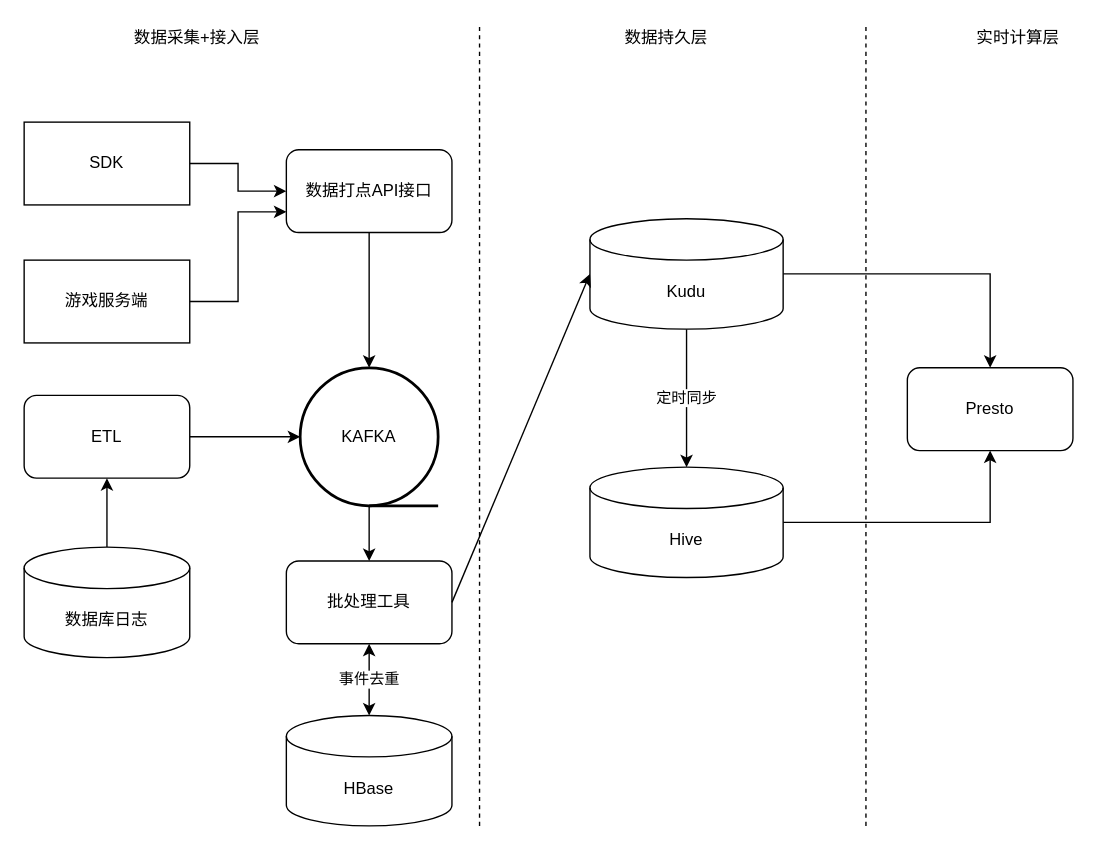
carlglf/r2docs keeps this draw.io diagram as 行为分析架构图.drawio. Above is the earlier version. Source tidied: cells renumbered, new cells numbered last; positions are measured from the earlier drawing's top-left corner, leaving out a move shared by most shapes. Both pictures are drawn from the tidied source at 138%, with x=0, y=0 at pixel (23, 23).
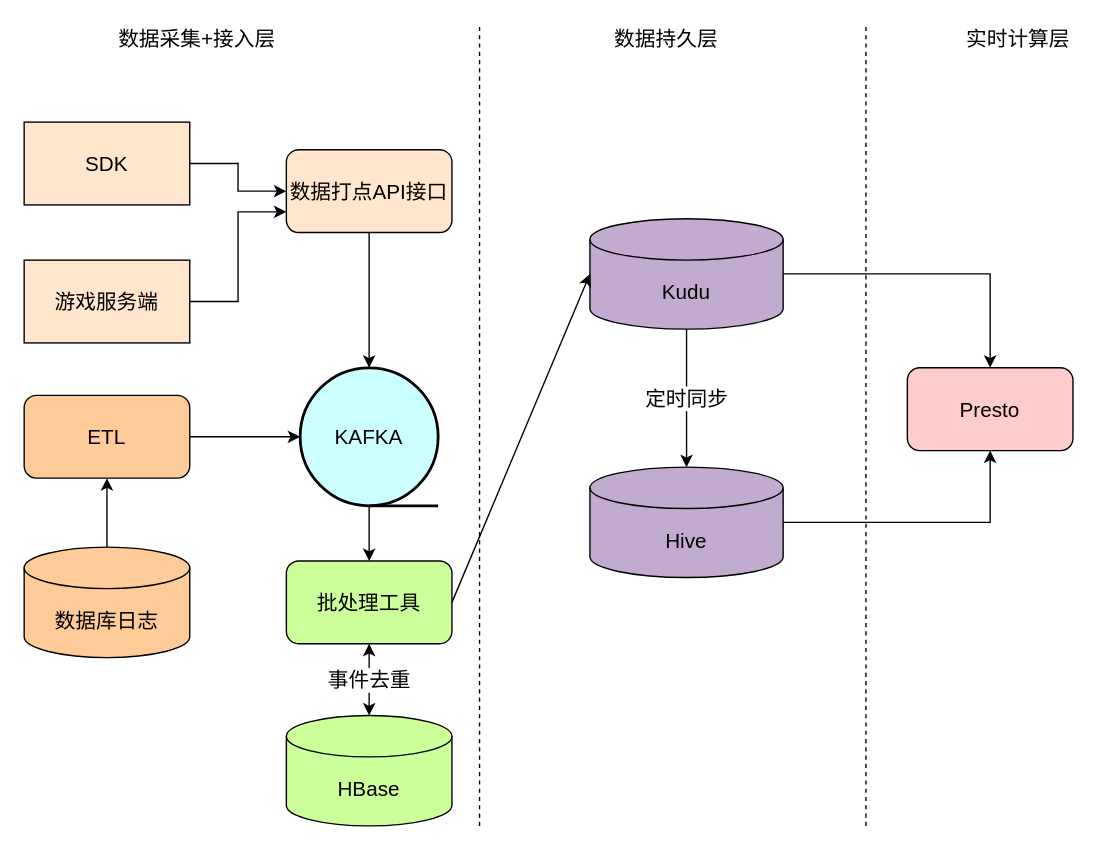
The same diagram, later.

Commit message (it also covers changes not shown here):
Update 行为分析架构图.drawio

Change to the diagram source:
```diff
@@
-    <mxCell id="2" style="edgeStyle=orthogonalEdgeStyle;rounded=0;jettySize=auto;html=1;entryX=0.5;entryY=0;entryDx=0;entryDy=0;entryPerimeter=0;" parent="1" edge="1" source="3" target="14">
+    <mxCell id="2" style="edgeStyle=orthogonalEdgeStyle;rounded=0;jettySize=auto;html=1;entryX=0.5;entryY=0;entryDx=0;entryDy=0;entryPerimeter=0;fontSize=15;" parent="1" edge="1" source="3" target="14">
       <mxGeometry relative="1" as="geometry" />
     </mxCell>
-    <mxCell id="3" value="数据打点API接口" style="rounded=1;whiteSpace=wrap;html=1;" parent="1" vertex="1">
+    <mxCell id="3" value="数据打点API接口" style="rounded=1;whiteSpace=wrap;html=1;fillColor=#FFE6CC;fontSize=15;" parent="1" vertex="1">
       <mxGeometry x="190" y="91" width="120" height="60" as="geometry" />
     </mxCell>
-    <mxCell id="4" style="endArrow=none;dashed=1;html=1;" parent="1" edge="1">
+    <mxCell id="4" style="endArrow=none;dashed=1;html=1;fontSize=15;" parent="1" edge="1">
       <mxGeometry relative="1" as="geometry">
         <mxPoint x="330" y="581" as="sourcePoint" />
         <mxPoint x="330" y="1" as="targetPoint" />
       </mxGeometry>
     </mxCell>
-    <mxCell id="5" value="数据采集+接入层" style="text;html=1;align=center;verticalAlign=middle;strokeColor=none;" parent="1" vertex="1">
-      <mxGeometry x="70" width="110" height="20" as="geometry" />
+    <mxCell id="5" value="数据采集+接入层" style="text;html=1;align=center;verticalAlign=middle;strokeColor=none;fontSize=15;" parent="1" vertex="1">
+      <mxGeometry x="60" width="130" height="20" as="geometry" />
     </mxCell>
-    <mxCell id="6" value="数据持久层" style="text;html=1;align=center;verticalAlign=middle;strokeColor=none;" parent="1" vertex="1">
-      <mxGeometry x="425" width="80" height="20" as="geometry" />
+    <mxCell id="6" value="数据持久层" style="text;html=1;align=center;verticalAlign=middle;strokeColor=none;fontSize=15;" parent="1" vertex="1">
+      <mxGeometry x="420" width="90" height="20" as="geometry" />
     </mxCell>
-    <mxCell id="7" style="endArrow=none;dashed=1;html=1;" parent="1" edge="1">
+    <mxCell id="7" style="endArrow=none;dashed=1;html=1;fontSize=15;" parent="1" edge="1">
       <mxGeometry relative="1" as="geometry">
         <mxPoint x="610" y="581" as="sourcePoint" />
         <mxPoint x="610" y="1" as="targetPoint" />
       </mxGeometry>
     </mxCell>
-    <mxCell id="8" value="实时计算层" style="text;html=1;align=center;verticalAlign=middle;strokeColor=none;" parent="1" vertex="1">
-      <mxGeometry x="680" width="80" height="20" as="geometry" />
+    <mxCell id="8" value="实时计算层" style="text;html=1;align=center;verticalAlign=middle;strokeColor=none;fontSize=15;" parent="1" vertex="1">
+      <mxGeometry x="675" width="90" height="20" as="geometry" />
     </mxCell>
-    <mxCell id="9" style="edgeStyle=orthogonalEdgeStyle;rounded=0;jettySize=auto;html=1;" parent="1" edge="1" source="10" target="3">
+    <mxCell id="9" style="edgeStyle=orthogonalEdgeStyle;rounded=0;jettySize=auto;html=1;fillColor=#FFE6CC;fontSize=15;" parent="1" edge="1" source="10" target="3">
       <mxGeometry relative="1" as="geometry" />
     </mxCell>
-    <mxCell id="10" value="SDK" style="rounded=0;whiteSpace=wrap;html=1;" parent="1" vertex="1">
+    <mxCell id="10" value="SDK" style="rounded=0;whiteSpace=wrap;html=1;fillColor=#FFE6CC;fontSize=15;" parent="1" vertex="1">
       <mxGeometry y="71" width="120" height="60" as="geometry" />
     </mxCell>
-    <mxCell id="11" style="edgeStyle=orthogonalEdgeStyle;rounded=0;jettySize=auto;html=1;entryX=0;entryY=0.75;entryDx=0;entryDy=0;" parent="1" edge="1" source="12" target="3">
+    <mxCell id="11" style="edgeStyle=orthogonalEdgeStyle;rounded=0;jettySize=auto;html=1;entryX=0;entryY=0.75;entryDx=0;entryDy=0;fillColor=#FFE6CC;fontSize=15;" parent="1" edge="1" source="12" target="3">
       <mxGeometry relative="1" as="geometry" />
     </mxCell>
-    <mxCell id="12" value="游戏服务端" style="rounded=0;whiteSpace=wrap;html=1;" parent="1" vertex="1">
+    <mxCell id="12" value="游戏服务端" style="rounded=0;whiteSpace=wrap;html=1;fillColor=#FFE6CC;fontSize=15;" parent="1" vertex="1">
       <mxGeometry y="171" width="120" height="60" as="geometry" />
     </mxCell>
-    <mxCell id="13" style="edgeStyle=orthogonalEdgeStyle;rounded=0;jettySize=auto;html=1;" parent="1" edge="1" source="14" target="19">
+    <mxCell id="13" style="edgeStyle=orthogonalEdgeStyle;rounded=0;jettySize=auto;html=1;fontSize=15;" parent="1" edge="1" source="14" target="19">
       <mxGeometry relative="1" as="geometry" />
     </mxCell>
-    <mxCell id="14" value="KAFKA" style="strokeWidth=2;html=1;shape=mxgraph.flowchart.sequential_data;whiteSpace=wrap;" parent="1" vertex="1">
+    <mxCell id="14" value="KAFKA" style="strokeWidth=2;html=1;shape=mxgraph.flowchart.sequential_data;whiteSpace=wrap;fillColor=#CCFFFF;fontSize=15;" parent="1" vertex="1">
       <mxGeometry x="200" y="249" width="100" height="100" as="geometry" />
     </mxCell>
-    <mxCell id="15" style="edgeStyle=orthogonalEdgeStyle;rounded=0;jettySize=auto;html=1;" parent="1" edge="1" source="16" target="14">
+    <mxCell id="15" style="edgeStyle=orthogonalEdgeStyle;rounded=0;jettySize=auto;html=1;fontSize=15;" parent="1" edge="1" source="16" target="14">
       <mxGeometry relative="1" as="geometry" />
     </mxCell>
-    <mxCell id="16" value="ETL" style="rounded=1;whiteSpace=wrap;html=1;" parent="1" vertex="1">
+    <mxCell id="16" value="ETL" style="rounded=1;whiteSpace=wrap;html=1;fillColor=#FFCC99;fontSize=15;" parent="1" vertex="1">
       <mxGeometry y="269" width="120" height="60" as="geometry" />
     </mxCell>
-    <mxCell id="17" style="edgeStyle=orthogonalEdgeStyle;rounded=0;jettySize=auto;html=1;" parent="1" edge="1" source="18" target="16">
+    <mxCell id="17" style="edgeStyle=orthogonalEdgeStyle;rounded=0;jettySize=auto;html=1;fillColor=#FFCC99;fontSize=15;" parent="1" edge="1" source="18" target="16">
       <mxGeometry relative="1" as="geometry" />
     </mxCell>
-    <mxCell id="18" value="数据库日志" style="shape=cylinder3;whiteSpace=wrap;html=1;boundedLbl=1;backgroundOutline=1;size=15;" parent="1" vertex="1">
+    <mxCell id="18" value="数据库日志" style="shape=cylinder3;whiteSpace=wrap;html=1;boundedLbl=1;backgroundOutline=1;size=15;fillColor=#FFCC99;fontSize=15;" parent="1" vertex="1">
       <mxGeometry y="379" width="120" height="80" as="geometry" />
     </mxCell>
-    <mxCell id="19" value="批处理工具" style="rounded=1;whiteSpace=wrap;html=1;" parent="1" vertex="1">
+    <mxCell id="19" value="批处理工具" style="rounded=1;whiteSpace=wrap;html=1;fillColor=#CCFF99;fontSize=15;" parent="1" vertex="1">
       <mxGeometry x="190" y="389" width="120" height="60" as="geometry" />
     </mxCell>
-    <mxCell id="20" value="HBase" style="shape=cylinder3;whiteSpace=wrap;html=1;boundedLbl=1;backgroundOutline=1;size=15;" parent="1" vertex="1">
+    <mxCell id="20" value="HBase" style="shape=cylinder3;whiteSpace=wrap;html=1;boundedLbl=1;backgroundOutline=1;size=15;fillColor=#CCFF99;fontSize=15;" parent="1" vertex="1">
       <mxGeometry x="190" y="501" width="120" height="80" as="geometry" />
     </mxCell>
-    <mxCell id="21" value="事件去重" style="endArrow=classic;startArrow=classic;html=1;entryX=0.5;entryY=1;entryDx=0;entryDy=0;" parent="1" edge="1" target="19">
+    <mxCell id="21" value="事件去重" style="endArrow=classic;startArrow=classic;html=1;entryX=0.5;entryY=1;entryDx=0;entryDy=0;fillColor=#CCFF99;fontSize=15;" parent="1" edge="1" target="19">
       <mxGeometry relative="1" as="geometry">
         <mxPoint x="250" y="501" as="sourcePoint" />
       </mxGeometry>
     </mxCell>
-    <mxCell id="22" value="定时同步" style="edgeStyle=orthogonalEdgeStyle;rounded=0;jettySize=auto;html=1;" parent="1" edge="1" source="24" target="26">
+    <mxCell id="22" value="定时同步" style="edgeStyle=orthogonalEdgeStyle;rounded=0;jettySize=auto;html=1;fillColor=#C3ABD0;fontSize=15;" parent="1" edge="1" source="24" target="26">
       <mxGeometry relative="1" as="geometry" />
     </mxCell>
-    <mxCell id="23" style="edgeStyle=orthogonalEdgeStyle;rounded=0;jettySize=auto;html=1;entryX=0.5;entryY=0;entryDx=0;entryDy=0;" parent="1" edge="1" source="24" target="28">
+    <mxCell id="23" style="edgeStyle=orthogonalEdgeStyle;rounded=0;jettySize=auto;html=1;entryX=0.5;entryY=0;entryDx=0;entryDy=0;fontSize=15;" parent="1" edge="1" source="24" target="28">
       <mxGeometry relative="1" as="geometry" />
     </mxCell>
-    <mxCell id="24" value="Kudu" style="shape=cylinder3;whiteSpace=wrap;html=1;boundedLbl=1;backgroundOutline=1;size=15;" parent="1" vertex="1">
+    <mxCell id="24" value="Kudu" style="shape=cylinder3;whiteSpace=wrap;html=1;boundedLbl=1;backgroundOutline=1;size=15;fillColor=#C3ABD0;fontSize=15;" parent="1" vertex="1">
       <mxGeometry x="410" y="141" width="140" height="80" as="geometry" />
     </mxCell>
-    <mxCell id="25" style="edgeStyle=orthogonalEdgeStyle;rounded=0;jettySize=auto;html=1;entryX=0.5;entryY=1;entryDx=0;entryDy=0;" parent="1" edge="1" source="26" target="28">
+    <mxCell id="25" style="edgeStyle=orthogonalEdgeStyle;rounded=0;jettySize=auto;html=1;entryX=0.5;entryY=1;entryDx=0;entryDy=0;fontSize=15;" parent="1" edge="1" source="26" target="28">
       <mxGeometry relative="1" as="geometry" />
     </mxCell>
-    <mxCell id="26" value="Hive" style="shape=cylinder3;whiteSpace=wrap;html=1;boundedLbl=1;backgroundOutline=1;size=15;" parent="1" vertex="1">
+    <mxCell id="26" value="Hive" style="shape=cylinder3;whiteSpace=wrap;html=1;boundedLbl=1;backgroundOutline=1;size=15;fillColor=#C3ABD0;fontSize=15;" parent="1" vertex="1">
       <mxGeometry x="410" y="321" width="140" height="80" as="geometry" />
     </mxCell>
-    <mxCell id="27" style="endArrow=classic;html=1;exitX=1;exitY=0.5;exitDx=0;exitDy=0;entryX=0;entryY=0.5;entryDx=0;entryDy=0;entryPerimeter=0;" parent="1" edge="1" source="19" target="24">
+    <mxCell id="27" style="endArrow=classic;html=1;exitX=1;exitY=0.5;exitDx=0;exitDy=0;entryX=0;entryY=0.5;entryDx=0;entryDy=0;entryPerimeter=0;fontSize=15;" parent="1" edge="1" source="19" target="24">
       <mxGeometry relative="1" as="geometry" />
     </mxCell>
-    <mxCell id="28" value="Presto" style="rounded=1;whiteSpace=wrap;html=1;" parent="1" vertex="1">
+    <mxCell id="28" value="Presto" style="rounded=1;whiteSpace=wrap;html=1;fillColor=#FFCCCC;fontSize=15;" parent="1" vertex="1">
       <mxGeometry x="640" y="249" width="120" height="60" as="geometry" />
     </mxCell>
```
